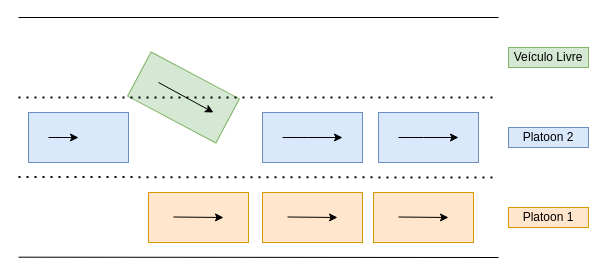
This is Diagrams/Untitled Diagram.drawio from BenjamimOliveira/LEI_UMinho, a draw.io file, before an edit. Source tidied: cells renumbered, new cells numbered last; positions are measured from the earlier drawing's top-left corner, leaving out a move shared by most shapes. Both pictures are drawn from the tidied source at 100%, with x=0, y=0 at pixel (18, 17).
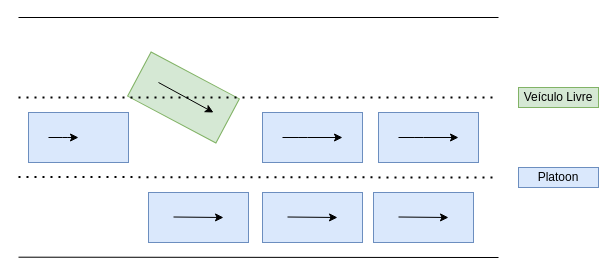
The same diagram, later.

The edit, as a diff of the source:
```diff
@@
-    <mxCell id="5" value="Platoon 1" style="text;html=1;strokeColor=#d79b00;fillColor=#ffe6cc;align=center;verticalAlign=middle;whiteSpace=wrap;rounded=0;" parent="1" vertex="1">
-      <mxGeometry x="490" y="190" width="80" height="20" as="geometry" />
-    </mxCell>
-    <mxCell id="6" value="Platoon 2" style="text;html=1;strokeColor=#6c8ebf;fillColor=#dae8fc;align=center;verticalAlign=middle;whiteSpace=wrap;rounded=0;" parent="1" vertex="1">
-      <mxGeometry x="490" y="110" width="80" height="20" as="geometry" />
+    <mxCell id="6" value="Platoon" style="text;html=1;strokeColor=#6c8ebf;fillColor=#dae8fc;align=center;verticalAlign=middle;whiteSpace=wrap;rounded=0;" parent="1" vertex="1">
+      <mxGeometry x="500" y="150" width="80" height="20" as="geometry" />
     </mxCell>
     <mxCell id="7" value="Veículo Livre" style="text;html=1;strokeColor=#82b366;fillColor=#d5e8d4;align=center;verticalAlign=middle;whiteSpace=wrap;rounded=0;" parent="1" vertex="1">
-      <mxGeometry x="490" y="30" width="80" height="20" as="geometry" />
+      <mxGeometry x="500" y="70" width="80" height="20" as="geometry" />
     </mxCell>
@@
-    <mxCell id="16" style="rounded=0;whiteSpace=wrap;html=1;fillColor=#ffe6cc;strokeColor=#d79b00;rotation=90;" parent="1" vertex="1">
+    <mxCell id="16" style="rounded=0;whiteSpace=wrap;html=1;fillColor=#dae8fc;strokeColor=#6c8ebf;rotation=90;" parent="1" vertex="1">
       <mxGeometry x="155" y="150" width="50" height="100" as="geometry" />
     </mxCell>
@@
-    <mxCell id="18" style="rounded=0;whiteSpace=wrap;html=1;fillColor=#ffe6cc;strokeColor=#d79b00;rotation=90;" parent="1" vertex="1">
+    <mxCell id="18" style="rounded=0;whiteSpace=wrap;html=1;fillColor=#dae8fc;strokeColor=#6c8ebf;rotation=90;" parent="1" vertex="1">
       <mxGeometry x="269" y="150" width="50" height="100" as="geometry" />
     </mxCell>
@@
-    <mxCell id="20" style="rounded=0;whiteSpace=wrap;html=1;fillColor=#ffe6cc;strokeColor=#d79b00;rotation=90;" parent="1" vertex="1">
+    <mxCell id="20" style="rounded=0;whiteSpace=wrap;html=1;fillColor=#dae8fc;strokeColor=#6c8ebf;rotation=90;" parent="1" vertex="1">
       <mxGeometry x="380" y="150" width="50" height="100" as="geometry" />
     </mxCell>
```
